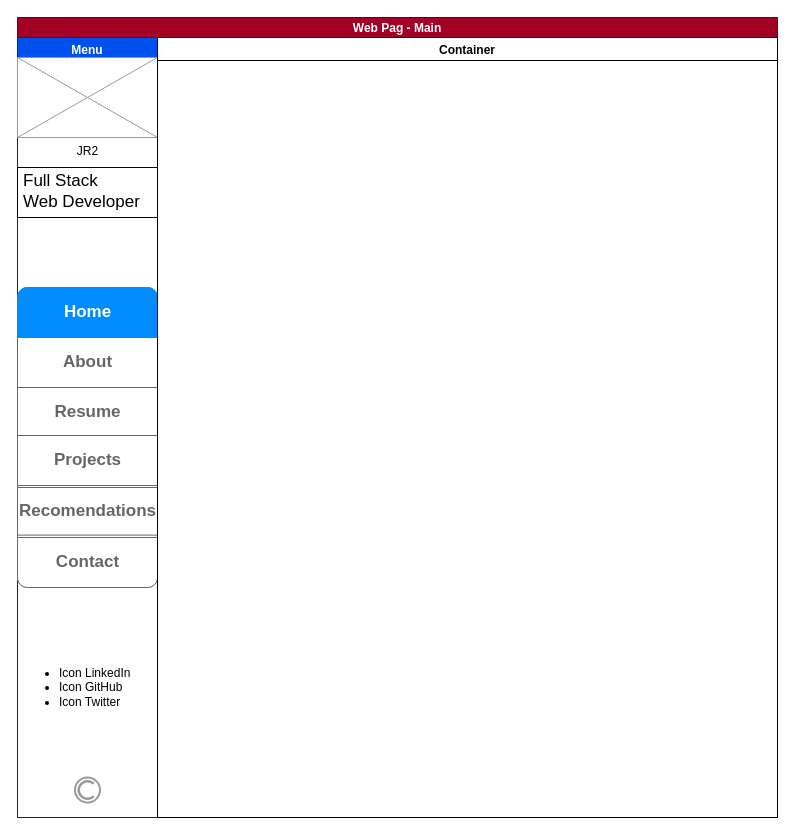
The draw.io diagram page "About" (2 of 2) of src/design/despage_main.drawio in JacintoRR396/sdjr2---web-sd_portfolio--ang, before the edit. Source tidied: cells renumbered, new cells numbered last; positions are measured from the earlier drawing's top-left corner, leaving out a move shared by most shapes. Both pictures are drawn from the tidied source at 100%, with x=0, y=0 at pixel (17, 17).
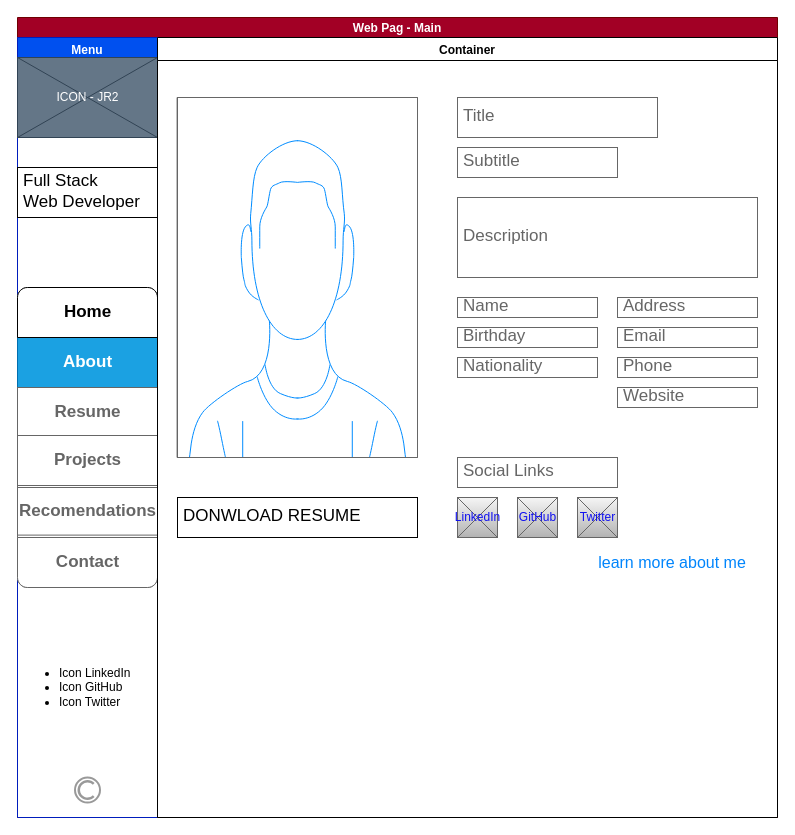
The same diagram, later.

Commit message (it also covers changes not shown here):
[docs] refactor mockup menu and add mockup about

The change refers to these unchanged cells:
```xml
<mxCell id="3" value="Menu" style="swimlane;fillColor=#0050ef;strokeColor=#001DBC;fontColor=#ffffff;" parent="2" vertex="1">
  <mxGeometry y="20" width="140" height="780" as="geometry" />
</mxCell>
<mxCell id="6" style="strokeWidth=1;shadow=0;dashed=0;align=center;html=1;shape=mxgraph.mockup.rrect;rSize=10;strokeColor=#666666;" parent="4" vertex="1">
  <mxGeometry y="120" width="140" height="300" as="geometry" />
</mxCell>
<mxCell id="16" value="Container" style="swimlane;" parent="2" vertex="1">
  <mxGeometry x="140" y="20" width="620" height="780" as="geometry" />
</mxCell>
```

Diff of the diagram source:
```diff
@@
-    <mxCell id="7" value="About" style="strokeColor=inherit;fillColor=inherit;gradientColor=inherit;strokeWidth=1;shadow=0;dashed=0;align=center;html=1;shape=mxgraph.mockup.rrect;rSize=0;fontSize=17;fontColor=#666666;fontStyle=1;" parent="6" vertex="1">
+    <mxCell id="7" value="About" style="strokeColor=#006EAF;fillColor=#1ba1e2;strokeWidth=1;shadow=0;dashed=0;align=center;html=1;shape=mxgraph.mockup.rrect;rSize=0;fontSize=17;fontColor=#ffffff;fontStyle=1;" parent="6" vertex="1">
       <mxGeometry width="140" height="50" relative="1" as="geometry">
         <mxPoint y="50" as="offset" />
       </mxGeometry>
     </mxCell>
@@
-    <mxCell id="9" value="Home" style="strokeWidth=1;shadow=0;dashed=0;align=center;html=1;shape=mxgraph.mockup.topButton;rSize=10;fontSize=17;fontColor=#ffffff;fontStyle=1;fillColor=#008cff;strokeColor=#008cff;" parent="6" vertex="1">
+    <mxCell id="9" value="Home" style="strokeWidth=1;shadow=0;dashed=0;align=center;html=1;shape=mxgraph.mockup.topButton;rSize=10;fontSize=17;fontStyle=1;" parent="6" vertex="1">
       <mxGeometry width="140" height="50" relative="1" as="geometry" />
     </mxCell>
@@
-    <mxCell id="15" value="JR2" style="verticalLabelPosition=bottom;shadow=0;dashed=0;align=center;html=1;verticalAlign=top;strokeWidth=1;shape=mxgraph.mockup.graphics.simpleIcon;strokeColor=#999999;" parent="3" vertex="1">
+    <mxCell id="15" value="ICON - JR2" style="verticalLabelPosition=middle;shadow=0;dashed=0;align=center;html=1;verticalAlign=middle;strokeWidth=1;shape=mxgraph.mockup.graphics.simpleIcon;strokeColor=#314354;labelBackgroundColor=none;labelBorderColor=none;labelPosition=center;fontColor=#ffffff;fillColor=#647687;" parent="3" vertex="1">
       <mxGeometry y="20" width="140" height="80" as="geometry" />
     </mxCell>
@@
+    <mxCell id="17" value="DONWLOAD RESUME" style="strokeWidth=1;shadow=0;dashed=0;align=center;html=1;shape=mxgraph.mockup.text.textBox;align=left;fontSize=17;spacingLeft=4;spacingTop=-3;mainText=;fontStyle=0;" parent="16" vertex="1">
+      <mxGeometry x="20" y="460" width="240" height="40" as="geometry" />
+    </mxCell>
+    <mxCell id="18" style="verticalLabelPosition=bottom;shadow=0;dashed=0;align=center;html=1;verticalAlign=top;strokeWidth=1;shape=mxgraph.mockup.containers.userMale;strokeColor=#666666;strokeColor2=#008cff;labelBackgroundColor=none;fontColor=#FFFFFF;gradientColor=none;" parent="16" vertex="1">
+      <mxGeometry x="20" y="60" width="240" height="360" as="geometry" />
+    </mxCell>
+    <mxCell id="19" value="Title" style="strokeWidth=1;shadow=0;dashed=0;align=center;html=1;shape=mxgraph.mockup.text.textBox;fontColor=#666666;align=left;fontSize=17;spacingLeft=4;spacingTop=-3;strokeColor=#666666;mainText=;labelBackgroundColor=none;gradientColor=none;" parent="16" vertex="1">
+      <mxGeometry x="300" y="60" width="200" height="40" as="geometry" />
+    </mxCell>
+    <mxCell id="20" value="Subtitle" style="strokeWidth=1;shadow=0;dashed=0;align=center;html=1;shape=mxgraph.mockup.text.textBox;fontColor=#666666;align=left;fontSize=17;spacingLeft=4;spacingTop=-3;strokeColor=#666666;mainText=;labelBackgroundColor=none;gradientColor=none;" parent="16" vertex="1">
+      <mxGeometry x="300" y="110" width="160" height="30" as="geometry" />
+    </mxCell>
+    <mxCell id="21" value="Description" style="strokeWidth=1;shadow=0;dashed=0;align=center;html=1;shape=mxgraph.mockup.text.textBox;fontColor=#666666;align=left;fontSize=17;spacingLeft=4;spacingTop=-3;strokeColor=#666666;mainText=;labelBackgroundColor=none;gradientColor=none;" parent="16" vertex="1">
+      <mxGeometry x="300" y="160" width="300" height="80" as="geometry" />
+    </mxCell>
+    <mxCell id="22" value="Name" style="strokeWidth=1;shadow=0;dashed=0;align=center;html=1;shape=mxgraph.mockup.text.textBox;fontColor=#666666;align=left;fontSize=17;spacingLeft=4;spacingTop=-3;strokeColor=#666666;mainText=;labelBackgroundColor=none;gradientColor=none;" parent="16" vertex="1">
+      <mxGeometry x="300" y="260" width="140" height="20" as="geometry" />
+    </mxCell>
+    <mxCell id="23" value="Address" style="strokeWidth=1;shadow=0;dashed=0;align=center;html=1;shape=mxgraph.mockup.text.textBox;fontColor=#666666;align=left;fontSize=17;spacingLeft=4;spacingTop=-3;strokeColor=#666666;mainText=;labelBackgroundColor=none;gradientColor=none;" parent="16" vertex="1">
+      <mxGeometry x="460" y="260" width="140" height="20" as="geometry" />
+    </mxCell>
+    <mxCell id="24" value="Birthday" style="strokeWidth=1;shadow=0;dashed=0;align=center;html=1;shape=mxgraph.mockup.text.textBox;fontColor=#666666;align=left;fontSize=17;spacingLeft=4;spacingTop=-3;strokeColor=#666666;mainText=;labelBackgroundColor=none;gradientColor=none;" parent="16" vertex="1">
+      <mxGeometry x="300" y="290" width="140" height="20" as="geometry" />
+    </mxCell>
+    <mxCell id="25" value="Nationality" style="strokeWidth=1;shadow=0;dashed=0;align=center;html=1;shape=mxgraph.mockup.text.textBox;fontColor=#666666;align=left;fontSize=17;spacingLeft=4;spacingTop=-3;strokeColor=#666666;mainText=;labelBackgroundColor=none;gradientColor=none;" parent="16" vertex="1">
+      <mxGeometry x="300" y="320" width="140" height="20" as="geometry" />
+    </mxCell>
+    <mxCell id="26" value="Phone" style="strokeWidth=1;shadow=0;dashed=0;align=center;html=1;shape=mxgraph.mockup.text.textBox;fontColor=#666666;align=left;fontSize=17;spacingLeft=4;spacingTop=-3;strokeColor=#666666;mainText=;labelBackgroundColor=none;gradientColor=none;" parent="16" vertex="1">
+      <mxGeometry x="460" y="320" width="140" height="20" as="geometry" />
+    </mxCell>
+    <mxCell id="27" value="Website" style="strokeWidth=1;shadow=0;dashed=0;align=center;html=1;shape=mxgraph.mockup.text.textBox;fontColor=#666666;align=left;fontSize=17;spacingLeft=4;spacingTop=-3;strokeColor=#666666;mainText=;labelBackgroundColor=none;gradientColor=none;" parent="16" vertex="1">
+      <mxGeometry x="460" y="350" width="140" height="20" as="geometry" />
+    </mxCell>
+    <mxCell id="28" value="Social Links" style="strokeWidth=1;shadow=0;dashed=0;align=center;html=1;shape=mxgraph.mockup.text.textBox;fontColor=#666666;align=left;fontSize=17;spacingLeft=4;spacingTop=-3;strokeColor=#666666;mainText=;labelBackgroundColor=none;gradientColor=none;" parent="16" vertex="1">
+      <mxGeometry x="300" y="420" width="160" height="30" as="geometry" />
+    </mxCell>
+    <mxCell id="29" value="LinkedIn" style="verticalLabelPosition=middle;shadow=0;dashed=0;align=center;html=1;verticalAlign=middle;strokeWidth=1;shape=mxgraph.mockup.graphics.simpleIcon;labelBackgroundColor=none;labelBorderColor=none;labelPosition=center;fillColor=#f5f5f5;strokeColor=#666666;gradientColor=#b3b3b3;fontColor=#1111F0;" parent="16" vertex="1">
+      <mxGeometry x="300" y="460" width="40" height="40" as="geometry" />
+    </mxCell>
+    <mxCell id="30" value="GitHub" style="verticalLabelPosition=middle;shadow=0;dashed=0;align=center;html=1;verticalAlign=middle;strokeWidth=1;shape=mxgraph.mockup.graphics.simpleIcon;labelBackgroundColor=none;labelBorderColor=none;labelPosition=center;fillColor=#f5f5f5;strokeColor=#666666;gradientColor=#b3b3b3;fontColor=#1111F0;" parent="16" vertex="1">
+      <mxGeometry x="360" y="460" width="40" height="40" as="geometry" />
+    </mxCell>
+    <mxCell id="31" value="learn more about me" style="html=1;shadow=0;dashed=0;shape=mxgraph.bootstrap.rrect;rSize=5;strokeColor=none;strokeWidth=1;fillColor=none;fontColor=#0085FC;whiteSpace=wrap;align=center;verticalAlign=middle;spacingLeft=0;fontStyle=0;fontSize=16;spacing=5;labelBackgroundColor=none;" parent="16" vertex="1">
+      <mxGeometry x="430" y="505" width="170" height="40" as="geometry" />
+    </mxCell>
+    <mxCell id="32" value="Email" style="strokeWidth=1;shadow=0;dashed=0;align=center;html=1;shape=mxgraph.mockup.text.textBox;fontColor=#666666;align=left;fontSize=17;spacingLeft=4;spacingTop=-3;strokeColor=#666666;mainText=;labelBackgroundColor=none;gradientColor=none;" parent="1" vertex="1">
+      <mxGeometry x="600" y="310" width="140" height="20" as="geometry" />
+    </mxCell>
+    <mxCell id="33" value="Twitter" style="verticalLabelPosition=middle;shadow=0;dashed=0;align=center;html=1;verticalAlign=middle;strokeWidth=1;shape=mxgraph.mockup.graphics.simpleIcon;labelBackgroundColor=none;labelBorderColor=none;labelPosition=center;fillColor=#f5f5f5;strokeColor=#666666;gradientColor=#b3b3b3;fontColor=#1111F0;" parent="1" vertex="1">
+      <mxGeometry x="560" y="480" width="40" height="40" as="geometry" />
+    </mxCell>
```
